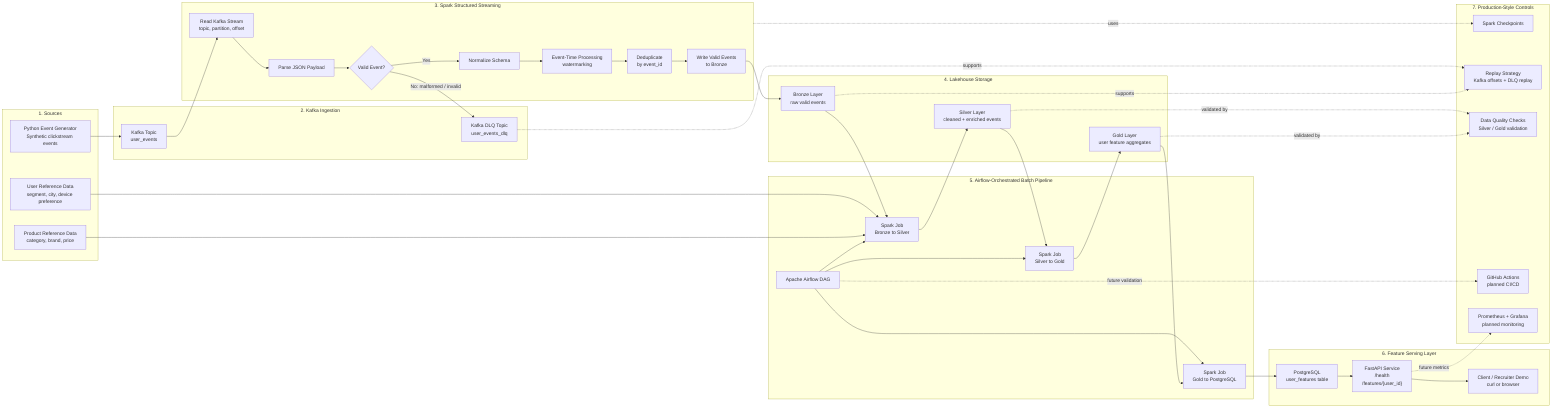
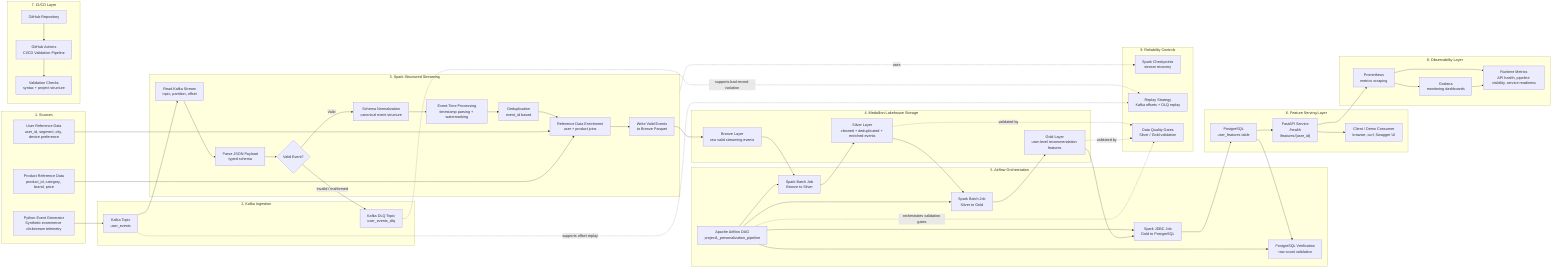
flowchart LR
    %% Project 1 — Real-Time Personalization Pipeline
+     %% Updated after Step 11 GitHub Actions CI/CD and Step 12 Prometheus + Grafana Monitoring

    subgraph SRC["1. Sources"]
-         GEN["Python Event Generator<br/>Synthetic clickstream events"]
-         USERDIM["User Reference Data<br/>segment, city, device preference"]
-         PRODDIM["Product Reference Data<br/>category, brand, price"]
+         GEN["Python Event Generator<br/>Synthetic ecommerce clickstream telemetry"]
+         USERDIM["User Reference Data<br/>user_id, segment, city, device preference"]
+         PRODDIM["Product Reference Data<br/>product_id, category, brand, price"]
    end

    subgraph KAFKA["2. Kafka Ingestion"]
        TOPIC["Kafka Topic<br/>user_events"]
        DLQ["Kafka DLQ Topic<br/>user_events_dlq"]
    end

    subgraph STREAM["3. Spark Structured Streaming"]
        READ["Read Kafka Stream<br/>topic, partition, offset"]
-         PARSE["Parse JSON Payload"]
+         PARSE["Parse JSON Payload<br/>typed schema"]
        VALIDATE{"Valid Event?"}
-         NORMALIZE["Normalize Schema"]
-         EVENTTIME["Event-Time Processing<br/>watermarking"]
-         DEDUP["Deduplicate<br/>by event_id"]
-         BRONZEWRITE["Write Valid Events<br/>to Bronze"]
+         NORMALIZE["Schema Normalization<br/>canonical event structure"]
+         EVENTTIME["Event-Time Processing<br/>timestamp parsing + watermarking"]
+         DEDUP["Deduplication<br/>event_id based"]
+         ENRICH["Reference Data Enrichment<br/>user + product joins"]
+         BRONZEWRITE["Write Valid Events<br/>to Bronze Parquet"]
    end

-     subgraph LAKE["4. Lakehouse Storage"]
-         BRONZE["Bronze Layer<br/>raw valid events"]
-         SILVER["Silver Layer<br/>cleaned + enriched events"]
-         GOLD["Gold Layer<br/>user feature aggregates"]
+     subgraph LAKE["4. Medallion Lakehouse Storage"]
+         BRONZE["Bronze Layer<br/>raw valid streaming events"]
+         SILVER["Silver Layer<br/>cleaned + deduplicated + enriched events"]
+         GOLD["Gold Layer<br/>user-level recommendation features"]
    end

-     subgraph BATCH["5. Airflow-Orchestrated Batch Pipeline"]
-         AIRFLOW["Apache Airflow DAG"]
-         B2S["Spark Job<br/>Bronze to Silver"]
-         S2G["Spark Job<br/>Silver to Gold"]
-         G2P["Spark Job<br/>Gold to PostgreSQL"]
+     subgraph ORCH["5. Airflow Orchestration"]
+         AIRFLOW["Apache Airflow DAG<br/>project1_personalization_pipeline"]
+         B2S["Spark Batch Job<br/>Bronze to Silver"]
+         S2G["Spark Batch Job<br/>Silver to Gold"]
+         G2P["Spark JDBC Job<br/>Gold to PostgreSQL"]
+         PGVERIFY["PostgreSQL Verification<br/>row-count validation"]
    end

    subgraph SERVE["6. Feature Serving Layer"]
        PG["PostgreSQL<br/>user_features table"]
        API["FastAPI Service<br/>/health<br/>/features/{user_id}"]
-         CLIENT["Client / Recruiter Demo<br/>curl or browser"]
+         CLIENT["Client / Demo Consumer<br/>browser, curl, Swagger UI"]
    end

-     subgraph OPS["7. Production-Style Controls"]
-         CHECKPOINT["Spark Checkpoints"]
-         REPLAY["Replay Strategy<br/>Kafka offsets + DLQ replay"]
-         QUALITY["Data Quality Checks<br/>Silver / Gold validation"]
-         CICD["GitHub Actions<br/>planned CI/CD"]
-         MONITOR["Prometheus + Grafana<br/>planned monitoring"]
+     subgraph CICD["7. CI/CD Layer"]
+         GITHUB["GitHub Repository"]
+         ACTIONS["GitHub Actions<br/>CI/CD Validation Pipeline"]
+         LINT["Validation Checks<br/>syntax + project structure"]
    end

+     subgraph OBS["8. Observability Layer"]
+         PROM["Prometheus<br/>metrics scraping"]
+         GRAFANA["Grafana<br/>monitoring dashboards"]
+         METRICS["Runtime Metrics<br/>API health, pipeline visibility, service readiness"]
+     end
+ 
+     subgraph REL["9. Reliability Controls"]
+         CHECKPOINT["Spark Checkpoints<br/>stream recovery"]
+         REPLAY["Replay Strategy<br/>Kafka offsets + DLQ replay"]
+         QUALITY["Data Quality Gates<br/>Silver / Gold validation"]
+     end
+ 
+     %% Main streaming flow
    GEN --> TOPIC

    TOPIC --> READ
    READ --> PARSE
    PARSE --> VALIDATE

-     VALIDATE -- "No: malformed / invalid" --> DLQ
-     VALIDATE -- "Yes" --> NORMALIZE
+     VALIDATE -- "Invalid / malformed" --> DLQ
+     VALIDATE -- "Valid" --> NORMALIZE

    NORMALIZE --> EVENTTIME
    EVENTTIME --> DEDUP
-     DEDUP --> BRONZEWRITE
+     DEDUP --> ENRICH
+ 
+     USERDIM --> ENRICH
+     PRODDIM --> ENRICH
+ 
+     ENRICH --> BRONZEWRITE
    BRONZEWRITE --> BRONZE

-     USERDIM --> B2S
-     PRODDIM --> B2S
- 
+     %% Batch / medallion flow
    AIRFLOW --> B2S
    AIRFLOW --> S2G
    AIRFLOW --> G2P
+     AIRFLOW --> PGVERIFY

    BRONZE --> B2S
    B2S --> SILVER
    SILVER --> S2G
    S2G --> GOLD
    GOLD --> G2P
    G2P --> PG
+     PG --> PGVERIFY

+     %% Serving flow
    PG --> API
    API --> CLIENT

-     STREAM -. uses .-> CHECKPOINT
-     DLQ -. supports .-> REPLAY
-     BRONZE -. supports .-> REPLAY
-     SILVER -. validated by .-> QUALITY
-     GOLD -. validated by .-> QUALITY
-     API -. future metrics .-> MONITOR
-     AIRFLOW -. future validation .-> CICD
+     %% CI/CD flow
+     GITHUB --> ACTIONS
+     ACTIONS --> LINT
+ 
+     %% Observability flow
+     API --> PROM
+     PROM --> GRAFANA
+     PROM --> METRICS
+     GRAFANA --> METRICS
+ 
+     %% Reliability / quality links
+     STREAM -. "uses" .-> CHECKPOINT
+     DLQ -. "supports bad-record isolation" .-> REPLAY
+     TOPIC -. "supports offset replay" .-> REPLAY
+     SILVER -. "validated by" .-> QUALITY
+     GOLD -. "validated by" .-> QUALITY
+     AIRFLOW -. "orchestrates validation gates" .-> QUALITY
